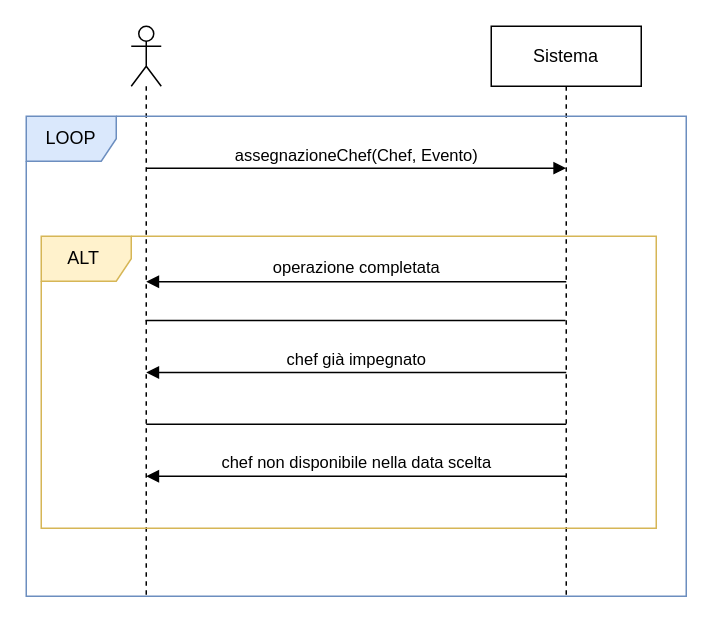
Giacca01/CateRingProject keeps this draw.io diagram as Progettazione/SSD/SSD_Estensione_3.drawio. Above is the earlier version. Source tidied: cells renumbered, new cells numbered last; positions are measured from the earlier drawing's top-left corner, leaving out a move shared by most shapes. Both pictures are drawn from the tidied source at 150%, with x=0, y=0 at pixel (26, 26).
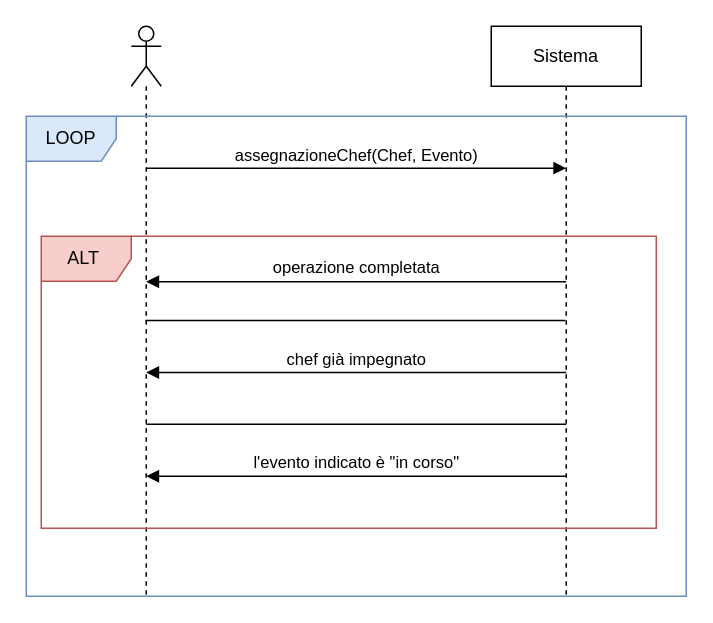
The same diagram, later.

Unchanged cells that the change refers to:
```xml
<mxCell id="8" style="group;" parent="6" vertex="1">
  <mxGeometry y="45.4" width="410" height="194.6" as="geometry" />
</mxCell>
```

Change to the diagram source:
```diff
@@
-    <mxCell id="9" value="ALT&lt;span style=&quot;white-space: pre;&quot;&gt; &lt;/span&gt;" style="shape=umlFrame;whiteSpace=wrap;html=1;fillColor=#fff2cc;strokeColor=#d6b656;" parent="8" vertex="1">
+    <mxCell id="9" value="ALT&lt;span style=&quot;white-space: pre;&quot;&gt; &lt;/span&gt;" style="shape=umlFrame;whiteSpace=wrap;html=1;fillColor=#f8cecc;strokeColor=#b85450;" parent="8" vertex="1">
       <mxGeometry width="410" height="194.6" as="geometry" />
     </mxCell>
@@
-    <mxCell id="14" value="chef non disponibile nella data scelta" style="html=1;verticalAlign=bottom;endArrow=none;edgeStyle=elbowEdgeStyle;elbow=vertical;curved=0;rounded=0;endFill=0;startArrow=block;startFill=1;" parent="8" edge="1">
+    <mxCell id="14" value="l'evento indicato è &quot;in corso&quot;" style="html=1;verticalAlign=bottom;endArrow=none;edgeStyle=elbowEdgeStyle;elbow=vertical;curved=0;rounded=0;endFill=0;startArrow=block;startFill=1;" parent="8" edge="1">
       <mxGeometry relative="1" as="geometry">
         <mxPoint x="70" y="160" as="sourcePoint" />
         <mxPoint x="350" y="160" as="targetPoint" />
         <Array as="points">
           <mxPoint x="310" y="160" />
         </Array>
       </mxGeometry>
     </mxCell>
```
